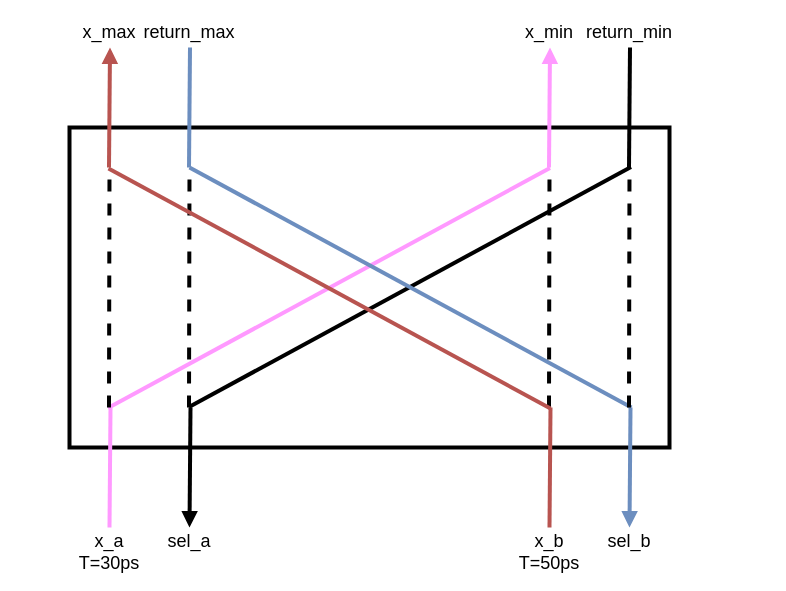
Above: write/diagrams/comparator.drawio in UM-PCL/biton (draw.io), before the change. Source tidied: cells renumbered, new cells numbered last; positions are measured from the earlier drawing's top-left corner, leaving out a move shared by most shapes. Both pictures are drawn from the tidied source at 100%, with x=0, y=0 at pixel (69, 17).
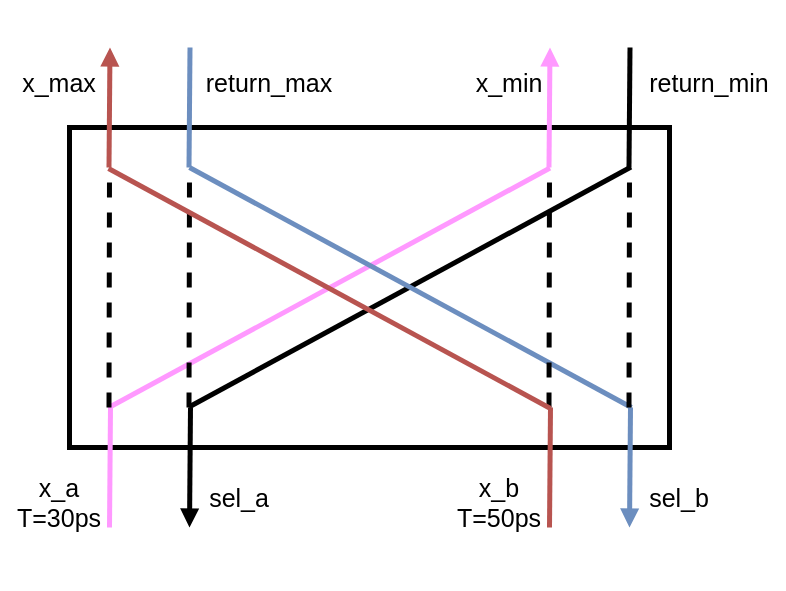
Above is the later version.

What changed in the source:
```diff
@@
-    <mxCell id="2" style="rounded=0;whiteSpace=wrap;html=1;strokeWidth=4;" parent="1" vertex="1">
+    <mxCell id="2" style="rounded=0;whiteSpace=wrap;html=1;strokeWidth=5;fontSize=25;" parent="1" vertex="1">
       <mxGeometry y="110" width="600" height="320" as="geometry" />
     </mxCell>
-    <mxCell id="3" style="endArrow=none;html=1;rounded=0;strokeColor=#FF99FF;strokeWidth=4;" parent="1" edge="1">
+    <mxCell id="3" style="endArrow=none;html=1;rounded=0;strokeColor=#FF99FF;strokeWidth=5;fontSize=25;" parent="1" edge="1">
       <mxGeometry relative="1" as="geometry">
         <mxPoint x="40" y="510" as="sourcePoint" />
         <mxPoint x="41" y="390" as="targetPoint" />
       </mxGeometry>
     </mxCell>
-    <mxCell id="4" style="endArrow=none;html=1;rounded=0;startArrow=block;startFill=1;strokeWidth=4;" parent="1" edge="1">
+    <mxCell id="4" style="endArrow=none;html=1;rounded=0;startArrow=block;startFill=1;strokeWidth=5;fontSize=25;" parent="1" edge="1">
       <mxGeometry relative="1" as="geometry">
         <mxPoint x="120" y="510" as="sourcePoint" />
         <mxPoint x="121" y="390" as="targetPoint" />
       </mxGeometry>
     </mxCell>
-    <mxCell id="5" style="endArrow=none;html=1;rounded=0;startArrow=block;startFill=1;fillColor=#dae8fc;strokeColor=#6c8ebf;strokeWidth=4;" parent="1" edge="1">
+    <mxCell id="5" style="endArrow=none;html=1;rounded=0;startArrow=block;startFill=1;fillColor=#dae8fc;strokeColor=#6c8ebf;strokeWidth=5;fontSize=25;" parent="1" edge="1">
       <mxGeometry relative="1" as="geometry">
         <mxPoint x="560" y="510" as="sourcePoint" />
         <mxPoint x="561" y="390" as="targetPoint" />
       </mxGeometry>
     </mxCell>
-    <mxCell id="6" style="endArrow=none;html=1;rounded=0;fillColor=#f8cecc;strokeColor=#b85450;strokeWidth=4;" parent="1" edge="1">
+    <mxCell id="6" style="endArrow=none;html=1;rounded=0;fillColor=#f8cecc;strokeColor=#b85450;strokeWidth=5;fontSize=25;" parent="1" edge="1">
       <mxGeometry relative="1" as="geometry">
         <mxPoint x="480" y="510" as="sourcePoint" />
         <mxPoint x="481" y="390" as="targetPoint" />
       </mxGeometry>
     </mxCell>
-    <mxCell id="7" style="endArrow=block;html=1;rounded=0;startArrow=none;startFill=0;endFill=1;fillColor=#f8cecc;strokeColor=#b85450;strokeWidth=4;" parent="1" edge="1">
+    <mxCell id="7" style="endArrow=block;html=1;rounded=0;startArrow=none;startFill=0;endFill=1;fillColor=#f8cecc;strokeColor=#b85450;strokeWidth=5;fontSize=25;" parent="1" edge="1">
       <mxGeometry relative="1" as="geometry">
         <mxPoint x="39.5" y="150" as="sourcePoint" />
         <mxPoint x="40.5" y="30" as="targetPoint" />
       </mxGeometry>
     </mxCell>
-    <mxCell id="8" style="endArrow=none;html=1;rounded=0;fillColor=#dae8fc;strokeColor=#6c8ebf;strokeWidth=4;" parent="1" edge="1">
+    <mxCell id="8" style="endArrow=none;html=1;rounded=0;fillColor=#dae8fc;strokeColor=#6c8ebf;strokeWidth=5;fontSize=25;" parent="1" edge="1">
       <mxGeometry relative="1" as="geometry">
         <mxPoint x="119.5" y="150" as="sourcePoint" />
         <mxPoint x="120.5" y="30" as="targetPoint" />
       </mxGeometry>
     </mxCell>
-    <mxCell id="9" style="endArrow=none;html=1;rounded=0;strokeWidth=4;" parent="1" edge="1">
+    <mxCell id="9" style="endArrow=none;html=1;rounded=0;strokeWidth=5;fontSize=25;" parent="1" edge="1">
       <mxGeometry relative="1" as="geometry">
         <mxPoint x="559.5" y="150" as="sourcePoint" />
         <mxPoint x="560.5" y="30" as="targetPoint" />
       </mxGeometry>
     </mxCell>
-    <mxCell id="10" style="endArrow=block;html=1;rounded=0;startArrow=none;startFill=0;endFill=1;strokeColor=#FF99FF;strokeWidth=4;" parent="1" edge="1">
+    <mxCell id="10" style="endArrow=block;html=1;rounded=0;startArrow=none;startFill=0;endFill=1;strokeColor=#FF99FF;strokeWidth=5;fontSize=25;" parent="1" edge="1">
       <mxGeometry relative="1" as="geometry">
         <mxPoint x="479.5" y="150" as="sourcePoint" />
         <mxPoint x="480.5" y="30" as="targetPoint" />
       </mxGeometry>
     </mxCell>
-    <mxCell id="11" style="endArrow=none;html=1;rounded=0;strokeWidth=4;" parent="1" edge="1">
+    <mxCell id="11" style="endArrow=none;html=1;rounded=0;strokeWidth=5;fontSize=25;" parent="1" edge="1">
       <mxGeometry relative="1" as="geometry">
         <mxPoint x="561.5" y="149.5" as="sourcePoint" />
         <mxPoint x="119.5" y="389.5" as="targetPoint" />
       </mxGeometry>
     </mxCell>
-    <mxCell id="12" style="endArrow=none;html=1;rounded=0;strokeColor=#FF99FF;strokeWidth=4;" parent="1" edge="1">
+    <mxCell id="12" style="endArrow=none;html=1;rounded=0;strokeColor=#FF99FF;strokeWidth=5;fontSize=25;" parent="1" edge="1">
       <mxGeometry relative="1" as="geometry">
         <mxPoint x="480.5" y="150.5" as="sourcePoint" />
         <mxPoint x="38.5" y="390.5" as="targetPoint" />
       </mxGeometry>
     </mxCell>
-    <mxCell id="13" style="endArrow=none;html=1;rounded=0;fillColor=#dae8fc;strokeColor=#6c8ebf;strokeWidth=4;" parent="1" edge="1">
+    <mxCell id="13" style="endArrow=none;html=1;rounded=0;fillColor=#dae8fc;strokeColor=#6c8ebf;strokeWidth=5;fontSize=25;" parent="1" edge="1">
       <mxGeometry relative="1" as="geometry">
         <mxPoint x="120" y="150" as="sourcePoint" />
         <mxPoint x="562" y="390" as="targetPoint" />
       </mxGeometry>
     </mxCell>
-    <mxCell id="14" style="endArrow=none;html=1;rounded=0;dashed=1;strokeWidth=4;" parent="1" edge="1">
+    <mxCell id="14" style="endArrow=none;html=1;rounded=0;dashed=1;strokeWidth=5;fontSize=25;" parent="1" edge="1">
       <mxGeometry relative="1" as="geometry">
         <mxPoint x="39.5" y="390" as="sourcePoint" />
         <mxPoint x="40" y="150" as="targetPoint" />
       </mxGeometry>
     </mxCell>
-    <mxCell id="15" style="endArrow=none;html=1;rounded=0;dashed=1;strokeWidth=4;" parent="1" edge="1">
+    <mxCell id="15" style="endArrow=none;html=1;rounded=0;dashed=1;strokeWidth=5;fontSize=25;" parent="1" edge="1">
       <mxGeometry relative="1" as="geometry">
         <mxPoint x="119.5" y="390" as="sourcePoint" />
         <mxPoint x="120" y="150" as="targetPoint" />
       </mxGeometry>
     </mxCell>
-    <mxCell id="16" style="endArrow=none;html=1;rounded=0;dashed=1;strokeWidth=4;" parent="1" edge="1">
+    <mxCell id="16" style="endArrow=none;html=1;rounded=0;dashed=1;strokeWidth=5;fontSize=25;" parent="1" edge="1">
       <mxGeometry relative="1" as="geometry">
         <mxPoint x="559.5" y="390" as="sourcePoint" />
         <mxPoint x="560" y="150" as="targetPoint" />
       </mxGeometry>
     </mxCell>
-    <mxCell id="17" style="endArrow=none;html=1;rounded=0;dashed=1;strokeWidth=4;" parent="1" edge="1">
+    <mxCell id="17" style="endArrow=none;html=1;rounded=0;dashed=1;strokeWidth=5;fontSize=25;" parent="1" edge="1">
       <mxGeometry relative="1" as="geometry">
         <mxPoint x="479.5" y="390" as="sourcePoint" />
         <mxPoint x="480" y="150" as="targetPoint" />
       </mxGeometry>
     </mxCell>
-    <mxCell id="18" value="&lt;div&gt;x_a&lt;/div&gt;&lt;div&gt;T=30ps&lt;br&gt;&lt;/div&gt;" style="text;html=1;align=center;verticalAlign=middle;whiteSpace=wrap;rounded=0;fontSize=18;" parent="1" vertex="1">
-      <mxGeometry x="10" y="520" width="60" height="30" as="geometry" />
+    <mxCell id="18" value="&lt;div style=&quot;font-size: 25px;&quot;&gt;x_a&lt;/div&gt;&lt;div style=&quot;font-size: 25px;&quot;&gt;T=30ps&lt;br style=&quot;font-size: 25px;&quot;&gt;&lt;/div&gt;" style="text;html=1;align=center;verticalAlign=middle;whiteSpace=wrap;rounded=0;fontSize=25;strokeWidth=5;" parent="1" vertex="1">
+      <mxGeometry x="-40" y="470" width="60" height="30" as="geometry" />
     </mxCell>
-    <mxCell id="19" value="&lt;div&gt;sel_a&lt;/div&gt;&lt;div&gt;&lt;br&gt;&lt;/div&gt;" style="text;html=1;align=center;verticalAlign=middle;whiteSpace=wrap;rounded=0;fontSize=18;" parent="1" vertex="1">
-      <mxGeometry x="90" y="520" width="60" height="30" as="geometry" />
+    <mxCell id="19" value="&lt;div style=&quot;font-size: 25px;&quot;&gt;sel_a&lt;/div&gt;&lt;div style=&quot;font-size: 25px;&quot;&gt;&lt;br style=&quot;font-size: 25px;&quot;&gt;&lt;/div&gt;" style="text;html=1;align=center;verticalAlign=middle;whiteSpace=wrap;rounded=0;fontSize=25;strokeWidth=5;" parent="1" vertex="1">
+      <mxGeometry x="140" y="480" width="60" height="30" as="geometry" />
     </mxCell>
-    <mxCell id="20" value="&lt;div style=&quot;font-size: 18px;&quot;&gt;x_b&lt;/div&gt;&lt;div&gt;T=50ps&lt;br&gt;&lt;/div&gt;" style="text;html=1;align=center;verticalAlign=middle;whiteSpace=wrap;rounded=0;fontSize=18;" parent="1" vertex="1">
-      <mxGeometry x="450" y="520" width="60" height="30" as="geometry" />
+    <mxCell id="20" value="&lt;div style=&quot;font-size: 25px;&quot;&gt;x_b&lt;/div&gt;&lt;div style=&quot;font-size: 25px;&quot;&gt;T=50ps&lt;br style=&quot;font-size: 25px;&quot;&gt;&lt;/div&gt;" style="text;html=1;align=center;verticalAlign=middle;whiteSpace=wrap;rounded=0;fontSize=25;strokeWidth=5;" parent="1" vertex="1">
+      <mxGeometry x="400" y="470" width="60" height="30" as="geometry" />
     </mxCell>
-    <mxCell id="21" value="&lt;div&gt;sel_b&lt;/div&gt;&lt;div&gt;&lt;br&gt;&lt;/div&gt;" style="text;html=1;align=center;verticalAlign=middle;whiteSpace=wrap;rounded=0;fontSize=18;" parent="1" vertex="1">
-      <mxGeometry x="530" y="520" width="60" height="30" as="geometry" />
+    <mxCell id="21" value="&lt;div style=&quot;font-size: 25px;&quot;&gt;sel_b&lt;/div&gt;&lt;div style=&quot;font-size: 25px;&quot;&gt;&lt;br style=&quot;font-size: 25px;&quot;&gt;&lt;/div&gt;" style="text;html=1;align=center;verticalAlign=middle;whiteSpace=wrap;rounded=0;fontSize=25;strokeWidth=5;" parent="1" vertex="1">
+      <mxGeometry x="580" y="480" width="60" height="30" as="geometry" />
     </mxCell>
-    <mxCell id="22" value="x_max" style="text;html=1;align=center;verticalAlign=middle;whiteSpace=wrap;rounded=0;fontSize=18;" parent="1" vertex="1">
-      <mxGeometry x="10" width="60" height="30" as="geometry" />
+    <mxCell id="22" value="x_max" style="text;html=1;align=center;verticalAlign=middle;whiteSpace=wrap;rounded=0;fontSize=25;strokeWidth=5;" parent="1" vertex="1">
+      <mxGeometry x="-40" y="50" width="60" height="30" as="geometry" />
     </mxCell>
-    <mxCell id="23" value="&lt;div style=&quot;font-size: 18px;&quot;&gt;return_max&lt;/div&gt;" style="text;html=1;align=center;verticalAlign=middle;whiteSpace=wrap;rounded=0;fontSize=18;" parent="1" vertex="1">
-      <mxGeometry x="90" width="60" height="30" as="geometry" />
+    <mxCell id="23" value="&lt;div style=&quot;font-size: 25px;&quot;&gt;return_max&lt;/div&gt;" style="text;html=1;align=center;verticalAlign=middle;whiteSpace=wrap;rounded=0;fontSize=25;strokeWidth=5;" parent="1" vertex="1">
+      <mxGeometry x="170" y="50" width="60" height="30" as="geometry" />
     </mxCell>
-    <mxCell id="24" value="x_min" style="text;html=1;align=center;verticalAlign=middle;whiteSpace=wrap;rounded=0;fontSize=18;" parent="1" vertex="1">
-      <mxGeometry x="450" width="60" height="30" as="geometry" />
+    <mxCell id="24" value="x_min" style="text;html=1;align=center;verticalAlign=middle;whiteSpace=wrap;rounded=0;fontSize=25;strokeWidth=5;" parent="1" vertex="1">
+      <mxGeometry x="410" y="50" width="60" height="30" as="geometry" />
     </mxCell>
-    <mxCell id="25" value="return_min" style="text;html=1;align=center;verticalAlign=middle;whiteSpace=wrap;rounded=0;fontSize=18;" parent="1" vertex="1">
-      <mxGeometry x="530" width="60" height="30" as="geometry" />
+    <mxCell id="25" value="return_min" style="text;html=1;align=center;verticalAlign=middle;whiteSpace=wrap;rounded=0;fontSize=25;strokeWidth=5;" parent="1" vertex="1">
+      <mxGeometry x="610" y="50" width="60" height="30" as="geometry" />
     </mxCell>
-    <mxCell id="26" style="endArrow=none;html=1;rounded=0;fillColor=#f8cecc;strokeColor=#b85450;strokeWidth=4;" parent="1" edge="1">
+    <mxCell id="26" style="endArrow=none;html=1;rounded=0;fillColor=#f8cecc;strokeColor=#b85450;strokeWidth=5;fontSize=25;" parent="1" edge="1">
       <mxGeometry relative="1" as="geometry">
         <mxPoint x="39" y="151" as="sourcePoint" />
         <mxPoint x="481" y="391" as="targetPoint" />
       </mxGeometry>
     </mxCell>
```
